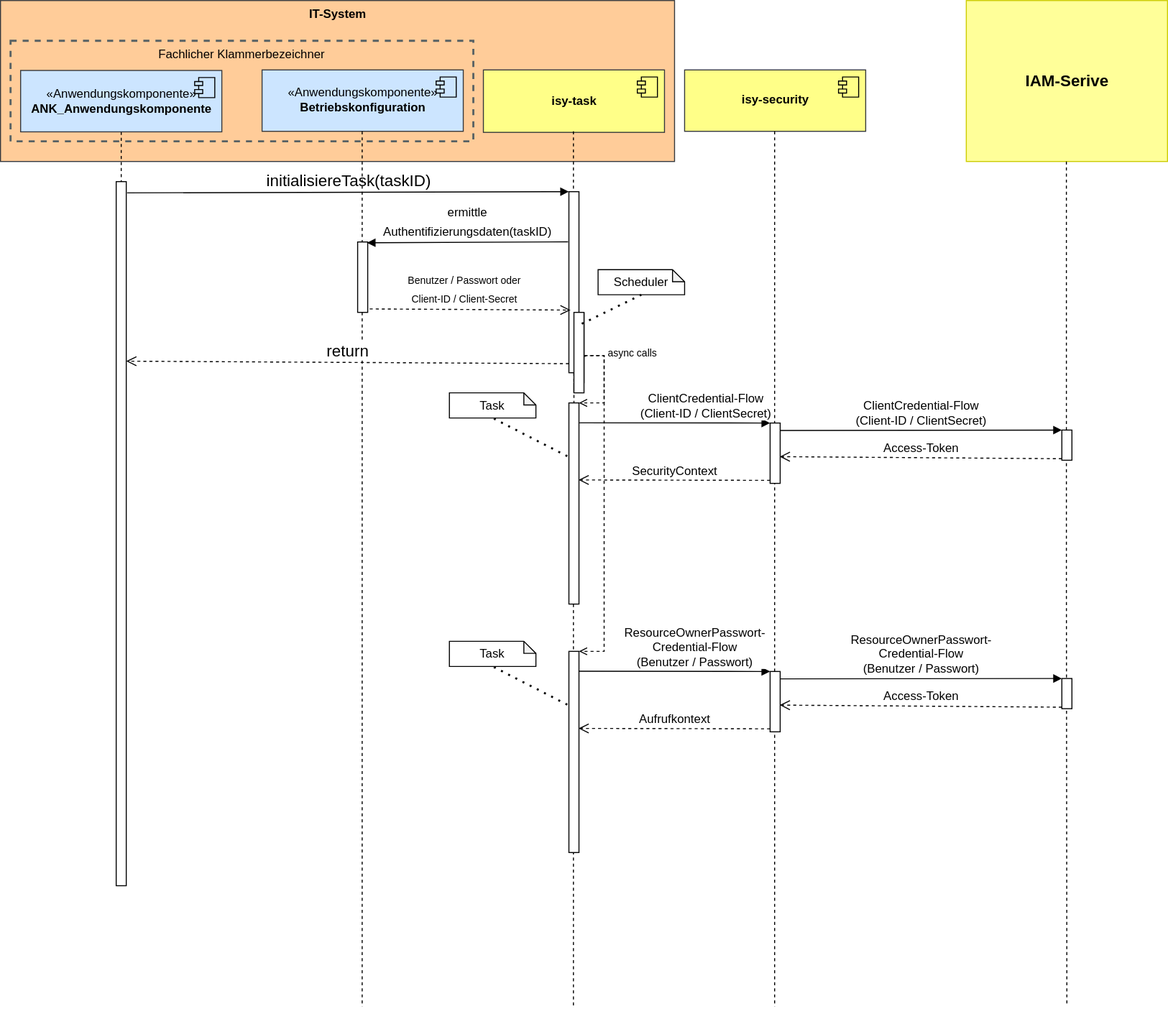
The draw.io diagram docs/modules/ROOT/images/konzept/Sequenzdiagramm_AbsicherungTask_Details.dn.svg in IsyFact/isy-security, before a commit. Source tidied: cells renumbered, new cells last; positions are measured from the earlier drawing's top-left corner, leaving out a move shared by most shapes.
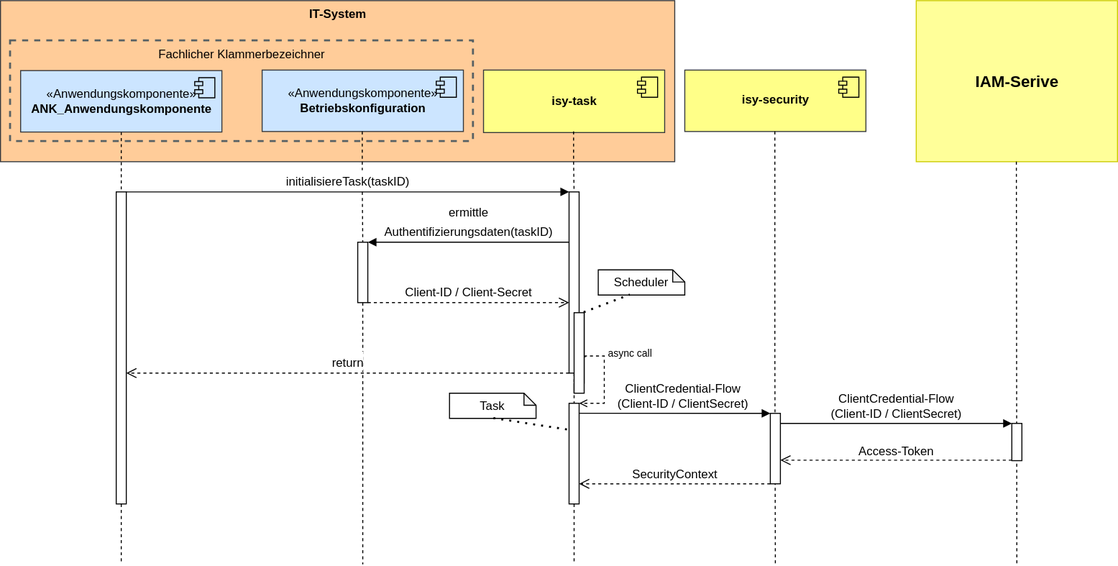
Above is the later version.

Commit message:
docs: IFS-4858 remove ROPC Flow from documentation

What changed in the source:
```diff
@@ -3,7 +3,7 @@
     <mxCell id="0" />
     <mxCell id="1" parent="0" />
     <mxCell id="2" value="&lt;b&gt;&lt;font style=&quot;font-size: 16px;&quot;&gt;IAM-Serive&lt;/font&gt;&lt;/b&gt;" style="html=1;strokeColor=#CCCC00;fillColor=#FFFF99;" parent="1" vertex="1">
-      <mxGeometry x="960" width="200" height="160" as="geometry" />
+      <mxGeometry x="910" width="200" height="160" as="geometry" />
     </mxCell>
     <mxCell id="3" value="&lt;b&gt;IT-System&lt;/b&gt;" style="html=1;strokeColor=#36393d;fillColor=#ffcc99;verticalAlign=top;" parent="1" vertex="1">
       <mxGeometry width="670" height="160" as="geometry" />
@@ -40,12 +40,12 @@
     </mxCell>
     <mxCell id="12" style="edgeStyle=orthogonalEdgeStyle;rounded=0;jettySize=auto;html=1;endArrow=none;endFill=0;dashed=1;startArrow=none;" parent="1" edge="1" source="26">
       <mxGeometry relative="1" as="geometry">
-        <mxPoint x="359.5" y="1000.3" as="targetPoint" />
+        <mxPoint x="360" y="560" as="targetPoint" />
       </mxGeometry>
     </mxCell>
     <mxCell id="13" style="edgeStyle=orthogonalEdgeStyle;rounded=0;jettySize=auto;html=1;endArrow=none;endFill=0;dashed=1;startArrow=none;" parent="1" edge="1" source="29">
       <mxGeometry relative="1" as="geometry">
-        <mxPoint x="569.5" y="1000.3" as="targetPoint" />
+        <mxPoint x="570" y="560" as="targetPoint" />
       </mxGeometry>
     </mxCell>
     <mxCell id="14" value="&lt;b&gt;isy-security&lt;/b&gt;" style="html=1;strokeColor=#36393d;fillColor=#ffff88;" parent="1" vertex="1">
@@ -59,27 +59,23 @@
     <mxCell id="16" style="edgeStyle=orthogonalEdgeStyle;rounded=0;orthogonalLoop=1;jettySize=auto;html=1;endArrow=none;endFill=0;dashed=1;" parent="1" edge="1">
       <mxGeometry relative="1" as="geometry">
         <mxPoint x="769.5" y="130" as="sourcePoint" />
-        <mxPoint x="769.5" y="1000.3" as="targetPoint" />
+        <mxPoint x="770" y="560" as="targetPoint" />
       </mxGeometry>
     </mxCell>
-    <mxCell id="17" style="edgeStyle=orthogonalEdgeStyle;rounded=0;orthogonalLoop=1;jettySize=auto;html=1;endArrow=none;endFill=0;dashed=1;" parent="1" edge="1">
+    <mxCell id="17" style="rounded=0;orthogonalLoop=1;jettySize=auto;html=1;endArrow=none;endFill=0;dashed=1;" parent="1" edge="1">
       <mxGeometry relative="1" as="geometry">
-        <mxPoint x="1059.5" y="160" as="sourcePoint" />
-        <mxPoint x="1060" y="1000" as="targetPoint" />
-        <Array as="points">
-          <mxPoint x="1060" y="580" />
-          <mxPoint x="1060" y="580" />
-        </Array>
+        <mxPoint x="1009.5" y="160" as="sourcePoint" />
+        <mxPoint x="1010" y="560" as="targetPoint" />
       </mxGeometry>
     </mxCell>
     <mxCell id="18" style="html=1;points=[];perimeter=orthogonalPerimeter;fontSize=16;" parent="1" vertex="1">
-      <mxGeometry x="115" y="180" width="10" height="700" as="geometry" />
+      <mxGeometry x="115" y="190" width="10" height="310" as="geometry" />
     </mxCell>
-    <mxCell id="19" value="initialisiereTask(taskID)" style="html=1;verticalAlign=bottom;endArrow=block;entryX=0;entryY=0;rounded=0;fontSize=16;exitX=1.08;exitY=0.016;exitDx=0;exitDy=0;exitPerimeter=0;" parent="1" edge="1" source="18" target="22">
-      <mxGeometry relative="1" as="geometry" />
-    </mxCell>
-    <mxCell id="20" value="return" style="html=1;verticalAlign=bottom;endArrow=open;dashed=1;endSize=8;exitX=0;exitY=0.95;rounded=0;fontSize=16;entryX=1;entryY=0.255;entryDx=0;entryDy=0;entryPerimeter=0;" parent="1" edge="1" source="22" target="18">
-      <mxGeometry relative="1" as="geometry" />
+    <mxCell id="20" value="&lt;font style=&quot;font-size: 12px;&quot;&gt;return&lt;/font&gt;" style="html=1;verticalAlign=bottom;endArrow=open;dashed=1;endSize=8;rounded=0;fontSize=16;" parent="1" edge="1">
+      <mxGeometry relative="1" as="geometry">
+        <mxPoint x="565" y="370" as="sourcePoint" />
+        <mxPoint x="125" y="370" as="targetPoint" />
+      </mxGeometry>
     </mxCell>
     <mxCell id="21" style="edgeStyle=orthogonalEdgeStyle;rounded=0;jettySize=auto;html=1;endArrow=none;endFill=0;dashed=1;" parent="1" edge="1" target="22">
       <mxGeometry relative="1" as="geometry">
@@ -89,11 +85,17 @@
     <mxCell id="22" style="html=1;points=[];perimeter=orthogonalPerimeter;fontSize=16;" parent="1" vertex="1">
       <mxGeometry x="565" y="190" width="10" height="180" as="geometry" />
     </mxCell>
-    <mxCell id="23" value="&lt;font style=&quot;font-size: 12px;&quot;&gt;ermittle &lt;br&gt;Authentifizierungsdaten(taskID)&lt;/font&gt;" style="html=1;verticalAlign=bottom;endArrow=block;entryX=0.92;entryY=0.012;rounded=0;fontSize=16;entryDx=0;entryDy=0;entryPerimeter=0;exitX=-0.08;exitY=0.277;exitDx=0;exitDy=0;exitPerimeter=0;" parent="1" edge="1" source="22" target="26">
-      <mxGeometry relative="1" as="geometry" />
+    <mxCell id="23" value="&lt;font style=&quot;font-size: 12px;&quot;&gt;ermittle &lt;br&gt;Authentifizierungsdaten(taskID)&lt;/font&gt;" style="html=1;verticalAlign=bottom;endArrow=block;rounded=0;fontSize=16;" parent="1" edge="1">
+      <mxGeometry relative="1" as="geometry">
+        <mxPoint x="565" y="240" as="sourcePoint" />
+        <mxPoint x="365" y="240" as="targetPoint" />
+      </mxGeometry>
     </mxCell>
-    <mxCell id="24" value="&lt;font style=&quot;font-size: 10px;&quot;&gt;Benutzer / Passwort oder&lt;br&gt;Client-ID / Client-Secret&lt;/font&gt;" style="html=1;verticalAlign=bottom;endArrow=open;dashed=1;endSize=8;exitX=0;exitY=0.95;rounded=0;fontSize=16;entryX=0.16;entryY=0.654;entryDx=0;entryDy=0;entryPerimeter=0;" parent="1" edge="1" source="26" target="22">
-      <mxGeometry relative="1" as="geometry" />
+    <mxCell id="24" value="&lt;font style=&quot;font-size: 12px;&quot;&gt;Client-ID / Client-Secret&lt;/font&gt;" style="html=1;verticalAlign=bottom;endArrow=open;dashed=1;endSize=8;rounded=0;fontSize=16;" parent="1" edge="1">
+      <mxGeometry relative="1" as="geometry">
+        <mxPoint x="365" y="300" as="sourcePoint" />
+        <mxPoint x="565" y="300" as="targetPoint" />
+      </mxGeometry>
     </mxCell>
     <mxCell id="25" style="edgeStyle=orthogonalEdgeStyle;rounded=0;jettySize=auto;html=1;endArrow=none;endFill=0;dashed=1;" parent="1" edge="1" target="26">
       <mxGeometry relative="1" as="geometry">
@@ -101,9 +103,9 @@
       </mxGeometry>
     </mxCell>
     <mxCell id="26" style="html=1;points=[];perimeter=orthogonalPerimeter;fontSize=16;" parent="1" vertex="1">
-      <mxGeometry x="355" y="240" width="10" height="70" as="geometry" />
+      <mxGeometry x="355" y="240" width="10" height="60" as="geometry" />
     </mxCell>
-    <mxCell id="27" value="async calls" style="edgeStyle=orthogonalEdgeStyle;html=1;align=left;spacingLeft=2;endArrow=open;rounded=0;entryX=1;entryY=0;fontSize=10;exitX=1.1;exitY=0.553;exitDx=0;exitDy=0;exitPerimeter=0;startArrow=none;dashed=1;endFill=0;" parent="1" edge="1" source="31" target="29">
+    <mxCell id="27" value="async call" style="edgeStyle=orthogonalEdgeStyle;html=1;align=left;spacingLeft=2;endArrow=open;rounded=0;entryX=1;entryY=0;fontSize=10;exitX=1.1;exitY=0.553;exitDx=0;exitDy=0;exitPerimeter=0;startArrow=none;dashed=1;endFill=0;" parent="1" edge="1" source="31" target="29">
       <mxGeometry x="-0.56" y="-3" relative="1" as="geometry">
         <Array as="points">
           <mxPoint x="581" y="353" />
@@ -117,7 +119,7 @@
       <mxGeometry relative="1" as="geometry" />
     </mxCell>
     <mxCell id="29" style="html=1;points=[];perimeter=orthogonalPerimeter;fontSize=10;" parent="1" vertex="1">
-      <mxGeometry x="565" y="400" width="10" height="200" as="geometry" />
+      <mxGeometry x="565" y="400" width="10" height="100" as="geometry" />
     </mxCell>
     <mxCell id="30" style="edgeStyle=orthogonalEdgeStyle;html=1;align=left;spacingLeft=2;endArrow=none;rounded=0;entryX=1;entryY=0;fontSize=10;exitX=1.12;exitY=0.908;exitDx=0;exitDy=0;exitPerimeter=0;" parent="1" edge="1" source="22" target="31">
       <mxGeometry relative="1" as="geometry" />
@@ -128,7 +130,7 @@
     <mxCell id="32" value="Scheduler" style="shape=note;whiteSpace=wrap;html=1;backgroundOutline=1;darkOpacity=0.05;labelBorderColor=none;fontSize=12;size=12;" parent="1" vertex="1">
       <mxGeometry x="594" y="267.5" width="86" height="25" as="geometry" />
     </mxCell>
-    <mxCell id="33" style="endArrow=none;dashed=1;html=1;dashPattern=1 3;strokeWidth=2;rounded=0;fontSize=12;entryX=0.5;entryY=1;entryDx=0;entryDy=0;entryPerimeter=0;exitX=0.78;exitY=0.142;exitDx=0;exitDy=0;exitPerimeter=0;" parent="1" edge="1" source="31" target="32">
+    <mxCell id="33" style="endArrow=none;dashed=1;html=1;dashPattern=1 3;strokeWidth=2;rounded=0;fontSize=12;" parent="1" edge="1" source="31" target="32">
       <mxGeometry relative="1" as="geometry" />
     </mxCell>
     <mxCell id="34" value="Task" style="shape=note;whiteSpace=wrap;html=1;backgroundOutline=1;darkOpacity=0.05;labelBorderColor=none;fontSize=12;size=12;" parent="1" vertex="1">
@@ -138,57 +140,39 @@
       <mxGeometry relative="1" as="geometry" />
     </mxCell>
     <mxCell id="36" style="html=1;points=[];perimeter=orthogonalPerimeter;labelBorderColor=none;fontSize=12;" parent="1" vertex="1">
-      <mxGeometry x="765" y="420" width="10" height="60" as="geometry" />
+      <mxGeometry x="765" y="410" width="10" height="70" as="geometry" />
     </mxCell>
     <mxCell id="37" value="ClientCredential-Flow&lt;br&gt;(Client-ID / ClientSecret)" style="html=1;verticalAlign=bottom;endArrow=block;entryX=0;entryY=0;rounded=0;fontSize=12;exitX=0.96;exitY=0.099;exitDx=0;exitDy=0;exitPerimeter=0;" parent="1" edge="1" source="29" target="36">
-      <mxGeometry x="0.32" relative="1" as="geometry" />
+      <mxGeometry x="0.09" relative="1" as="geometry" />
     </mxCell>
-    <mxCell id="38" value="SecurityContext" style="html=1;verticalAlign=bottom;endArrow=open;dashed=1;endSize=8;exitX=0;exitY=0.95;rounded=0;fontSize=12;entryX=0.96;entryY=0.383;entryDx=0;entryDy=0;entryPerimeter=0;" parent="1" edge="1" source="36" target="29">
-      <mxGeometry relative="1" as="geometry" />
+    <mxCell id="38" value="SecurityContext" style="html=1;verticalAlign=bottom;endArrow=open;dashed=1;endSize=8;rounded=0;fontSize=12;" parent="1" edge="1">
+      <mxGeometry relative="1" as="geometry">
+        <mxPoint x="765" y="480" as="sourcePoint" />
+        <mxPoint x="575" y="480" as="targetPoint" />
+      </mxGeometry>
     </mxCell>
     <mxCell id="39" style="html=1;points=[];perimeter=orthogonalPerimeter;labelBorderColor=none;fontSize=12;" parent="1" vertex="1">
-      <mxGeometry x="1055" y="427" width="10" height="30" as="geometry" />
+      <mxGeometry x="1005" y="420" width="10" height="37" as="geometry" />
     </mxCell>
-    <mxCell id="40" value="ClientCredential-Flow&lt;br style=&quot;border-color: var(--border-color);&quot;&gt;(Client-ID / ClientSecret)" style="html=1;verticalAlign=bottom;endArrow=block;entryX=0;entryY=0;rounded=0;fontSize=12;exitX=1.04;exitY=0.123;exitDx=0;exitDy=0;exitPerimeter=0;" parent="1" edge="1" source="36" target="39">
+    <mxCell id="40" value="ClientCredential-Flow&lt;br style=&quot;border-color: var(--border-color);&quot;&gt;(Client-ID / ClientSecret)" style="html=1;verticalAlign=bottom;endArrow=block;entryX=0;entryY=0;rounded=0;fontSize=12;" parent="1" edge="1" source="36" target="39">
       <mxGeometry relative="1" as="geometry" />
     </mxCell>
-    <mxCell id="41" value="Access-Token" style="html=1;verticalAlign=bottom;endArrow=open;dashed=1;endSize=8;exitX=0;exitY=0.95;rounded=0;fontSize=12;entryX=0.96;entryY=0.557;entryDx=0;entryDy=0;entryPerimeter=0;" parent="1" edge="1" source="39" target="36">
-      <mxGeometry relative="1" as="geometry" />
+    <mxCell id="41" value="Access-Token" style="html=1;verticalAlign=bottom;endArrow=open;dashed=1;endSize=8;rounded=0;fontSize=12;" parent="1" edge="1" source="39">
+      <mxGeometry relative="1" as="geometry">
+        <mxPoint x="775" y="456.5" as="targetPoint" />
+      </mxGeometry>
     </mxCell>
-    <mxCell id="42" style="edgeStyle=orthogonalEdgeStyle;html=1;align=left;spacingLeft=2;endArrow=open;rounded=0;entryX=1;entryY=0;fontSize=10;startArrow=none;dashed=1;endFill=0;exitX=1.06;exitY=0.536;exitDx=0;exitDy=0;exitPerimeter=0;" parent="1" edge="1" source="31" target="43">
-      <mxGeometry relative="1" as="geometry">
-        <Array as="points">
-          <mxPoint x="600" y="353" />
-          <mxPoint x="600" y="647" />
-        </Array>
-      </mxGeometry>
-    </mxCell>
-    <mxCell id="43" style="html=1;points=[];perimeter=orthogonalPerimeter;fontSize=10;" parent="1" vertex="1">
-      <mxGeometry x="565" y="647" width="10" height="200" as="geometry" />
-    </mxCell>
-    <mxCell id="44" value="Task" style="shape=note;whiteSpace=wrap;html=1;backgroundOutline=1;darkOpacity=0.05;labelBorderColor=none;fontSize=12;size=12;" parent="1" vertex="1">
-      <mxGeometry x="446.2" y="637" width="86" height="25" as="geometry" />
-    </mxCell>
-    <mxCell id="45" style="endArrow=none;dashed=1;html=1;dashPattern=1 3;strokeWidth=2;rounded=0;fontSize=12;entryX=0.5;entryY=1;entryDx=0;entryDy=0;entryPerimeter=0;exitX=-0.16;exitY=0.265;exitDx=0;exitDy=0;exitPerimeter=0;" parent="1" edge="1" source="43" target="44">
-      <mxGeometry relative="1" as="geometry" />
-    </mxCell>
-    <mxCell id="46" style="html=1;points=[];perimeter=orthogonalPerimeter;labelBorderColor=none;fontSize=12;" parent="1" vertex="1">
-      <mxGeometry x="765" y="667" width="10" height="60" as="geometry" />
-    </mxCell>
-    <mxCell id="47" value="ResourceOwnerPasswort-&lt;br&gt;Credential-Flow&lt;br&gt;(Benutzer / Passwort)" style="html=1;verticalAlign=bottom;endArrow=block;entryX=0;entryY=0;rounded=0;fontSize=12;exitX=0.96;exitY=0.099;exitDx=0;exitDy=0;exitPerimeter=0;" parent="1" edge="1" source="43" target="46">
-      <mxGeometry x="0.21" relative="1" as="geometry" />
-    </mxCell>
-    <mxCell id="48" value="Aufrufkontext" style="html=1;verticalAlign=bottom;endArrow=open;dashed=1;endSize=8;exitX=0;exitY=0.95;rounded=0;fontSize=12;entryX=0.96;entryY=0.383;entryDx=0;entryDy=0;entryPerimeter=0;" parent="1" edge="1" source="46" target="43">
-      <mxGeometry relative="1" as="geometry" />
-    </mxCell>
-    <mxCell id="49" style="html=1;points=[];perimeter=orthogonalPerimeter;labelBorderColor=none;fontSize=12;" parent="1" vertex="1">
-      <mxGeometry x="1055" y="674" width="10" height="30" as="geometry" />
-    </mxCell>
-    <mxCell id="50" value="ResourceOwnerPasswort-&lt;br style=&quot;border-color: var(--border-color);&quot;&gt;Credential-Flow&lt;br style=&quot;border-color: var(--border-color);&quot;&gt;(Benutzer / Passwort)" style="html=1;verticalAlign=bottom;endArrow=block;entryX=0;entryY=0;rounded=0;fontSize=12;exitX=1.04;exitY=0.123;exitDx=0;exitDy=0;exitPerimeter=0;" parent="1" edge="1" source="46" target="49">
-      <mxGeometry relative="1" as="geometry" />
-    </mxCell>
-    <mxCell id="51" value="Access-Token" style="html=1;verticalAlign=bottom;endArrow=open;dashed=1;endSize=8;exitX=0;exitY=0.95;rounded=0;fontSize=12;entryX=0.96;entryY=0.557;entryDx=0;entryDy=0;entryPerimeter=0;" parent="1" edge="1" source="49" target="46">
-      <mxGeometry relative="1" as="geometry" />
-    </mxCell>
+    <mxCell id="19" value="&lt;font style=&quot;font-size: 12px;&quot;&gt;initialisiereTask(taskID)&lt;/font&gt;" style="html=1;verticalAlign=bottom;endArrow=block;rounded=0;fontSize=16;" parent="1" edge="1">
+      <mxGeometry relative="1" as="geometry">
+        <mxPoint x="125" y="190" as="sourcePoint" />
+        <mxPoint x="565" y="190" as="targetPoint" />
+      </mxGeometry>
+    </mxCell>
+    <mxCell id="52" style="rounded=0;orthogonalLoop=1;jettySize=auto;html=1;endArrow=none;endFill=0;dashed=1;startArrow=none;" parent="1" edge="1">
+      <mxGeometry relative="1" as="geometry">
+        <mxPoint x="120" y="500" as="sourcePoint" />
+        <mxPoint x="120" y="560" as="targetPoint" />
+      </mxGeometry>
+    </mxCell>
   </root>
 </mxGraphModel>
```
